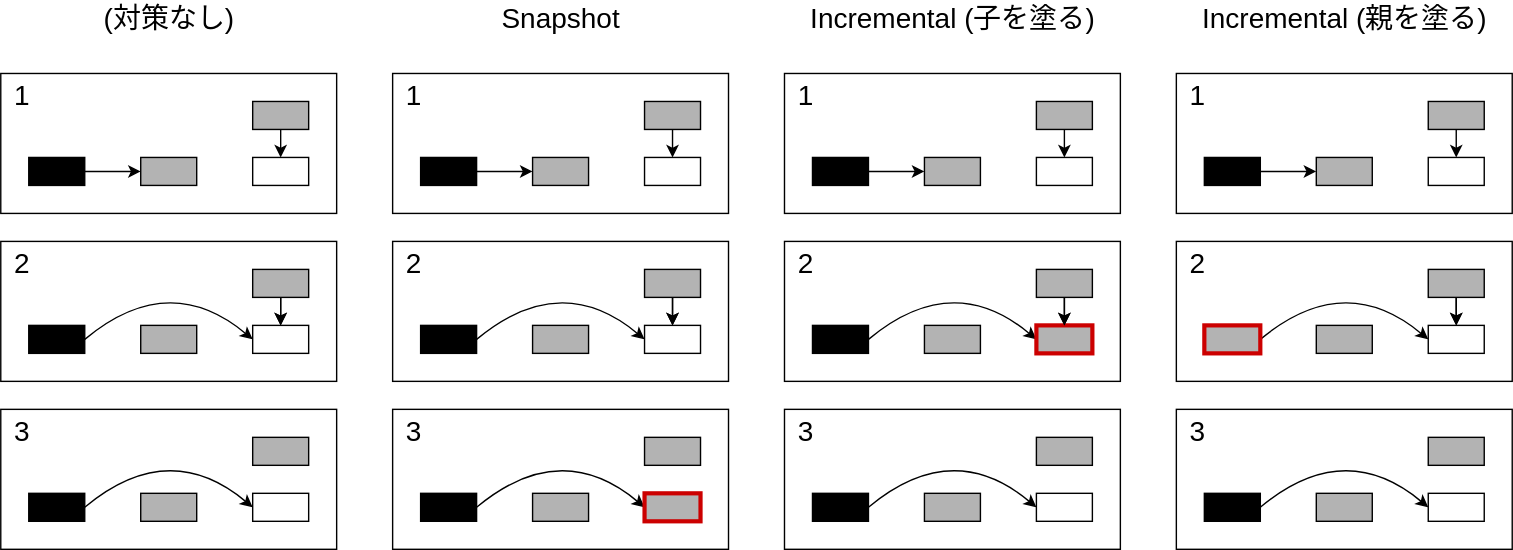
sinotca529/glab-seminar keeps this draw.io diagram as src/gc8/img/write-barrier.dio.svg. Above is the earlier version. Source tidied: cells renumbered, new cells last; positions are measured from the earlier drawing's top-left corner, leaving out a move shared by most shapes.
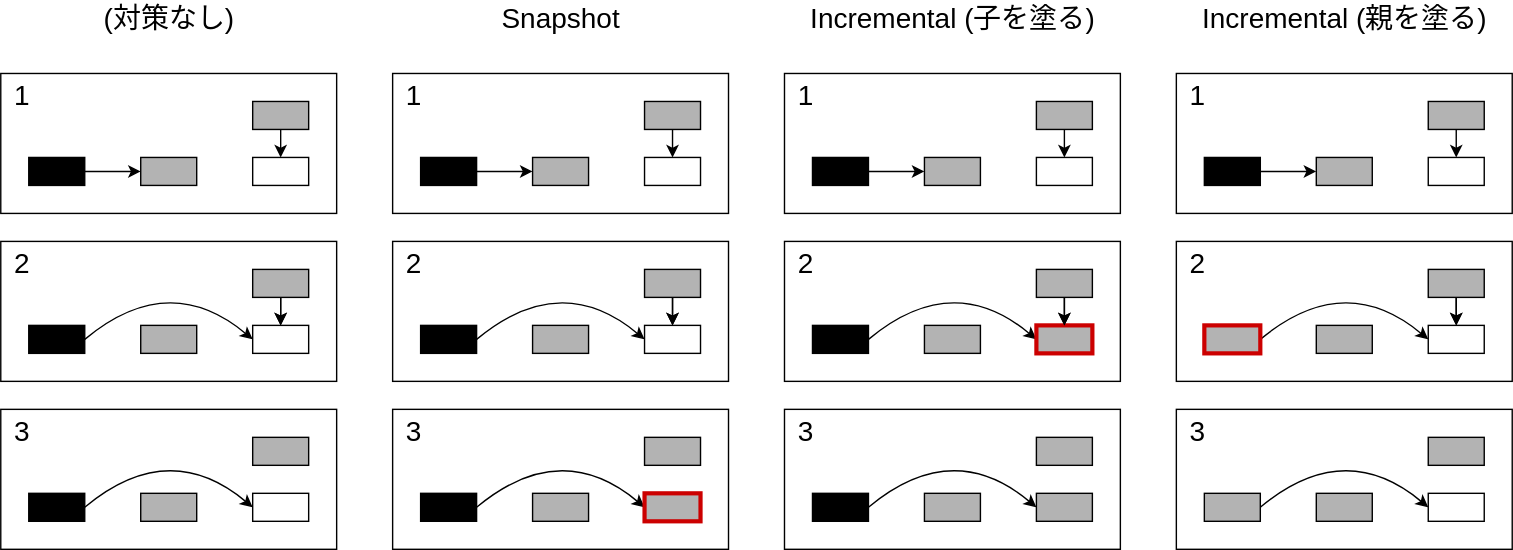
Above is the later version.

Diff of the diagram source:
```diff
@@ -274,7 +274,7 @@
     <mxCell id="77" style="rounded=0;whiteSpace=wrap;html=1;fillColor=#B3B3B3;" parent="1" vertex="1">
       <mxGeometry x="660" y="350" width="40" height="20" as="geometry" />
     </mxCell>
-    <mxCell id="78" style="rounded=0;whiteSpace=wrap;html=1;" parent="1" vertex="1">
+    <mxCell id="78" style="rounded=0;whiteSpace=wrap;html=1;fillColor=#B3B3B3;" parent="1" vertex="1">
       <mxGeometry x="740" y="350" width="40" height="20" as="geometry" />
     </mxCell>
     <mxCell id="79" value="3" style="text;html=1;align=center;verticalAlign=middle;strokeColor=none;fillColor=none;fontSize=20;" parent="1" vertex="1">
@@ -356,7 +356,7 @@
         </Array>
       </mxGeometry>
     </mxCell>
-    <mxCell id="101" style="rounded=0;whiteSpace=wrap;html=1;fillColor=#000000;" parent="1" vertex="1">
+    <mxCell id="101" style="rounded=0;whiteSpace=wrap;html=1;fillColor=#B3B3B3;" parent="1" vertex="1">
       <mxGeometry x="860" y="350" width="40" height="20" as="geometry" />
     </mxCell>
     <mxCell id="102" style="rounded=0;whiteSpace=wrap;html=1;fillColor=#B3B3B3;" parent="1" vertex="1">
```
